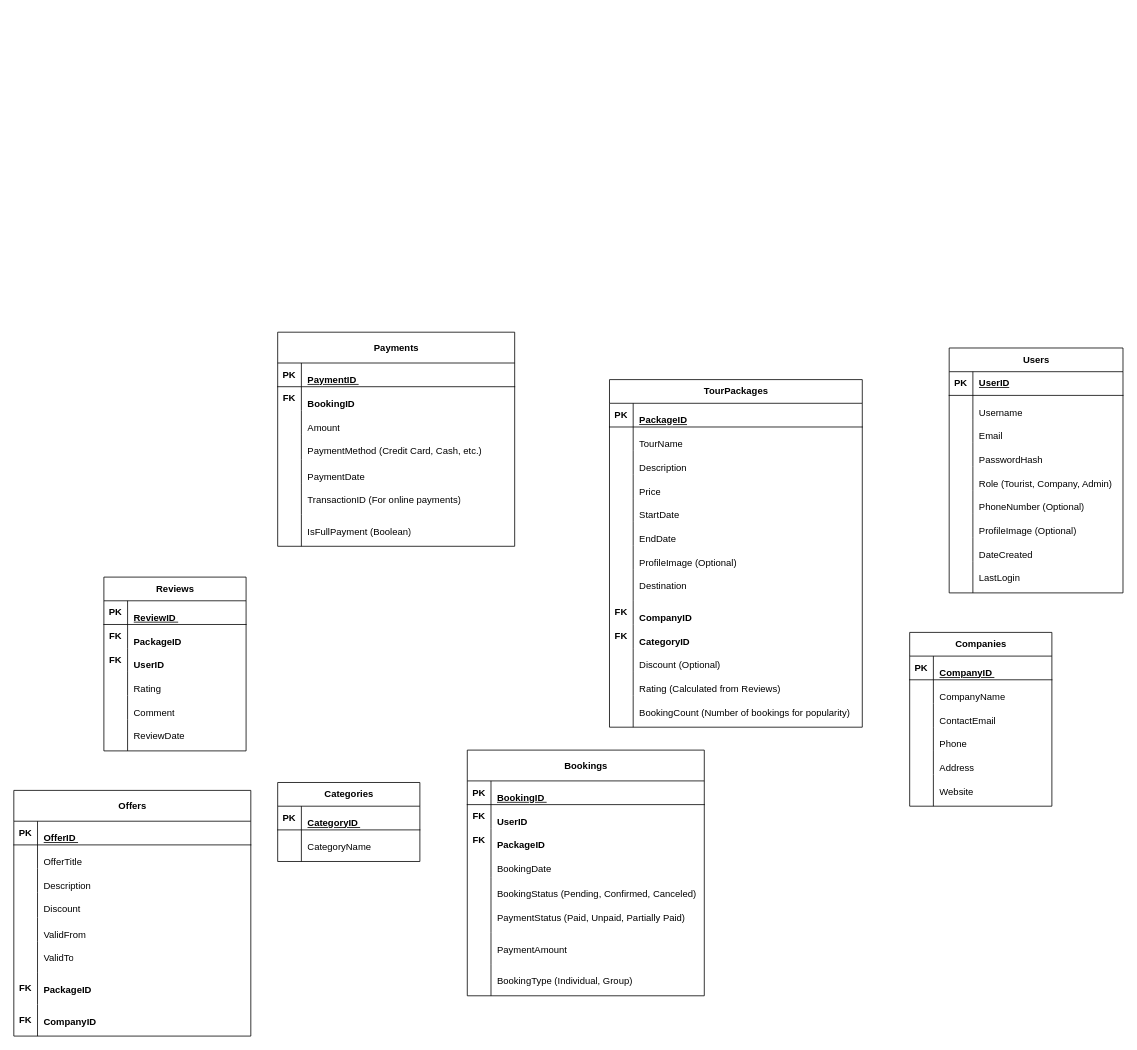
The draw.io diagram JoStay Rschema.drawio in aminjaiuossi/JoStay-Project, before the edit. Source tidied: cells renumbered, new cells numbered last; positions are measured from the earlier drawing's top-left corner, leaving out a move shared by most shapes. Both pictures are drawn from the tidied source at 79%, with x=0, y=0 at pixel (13, 332).
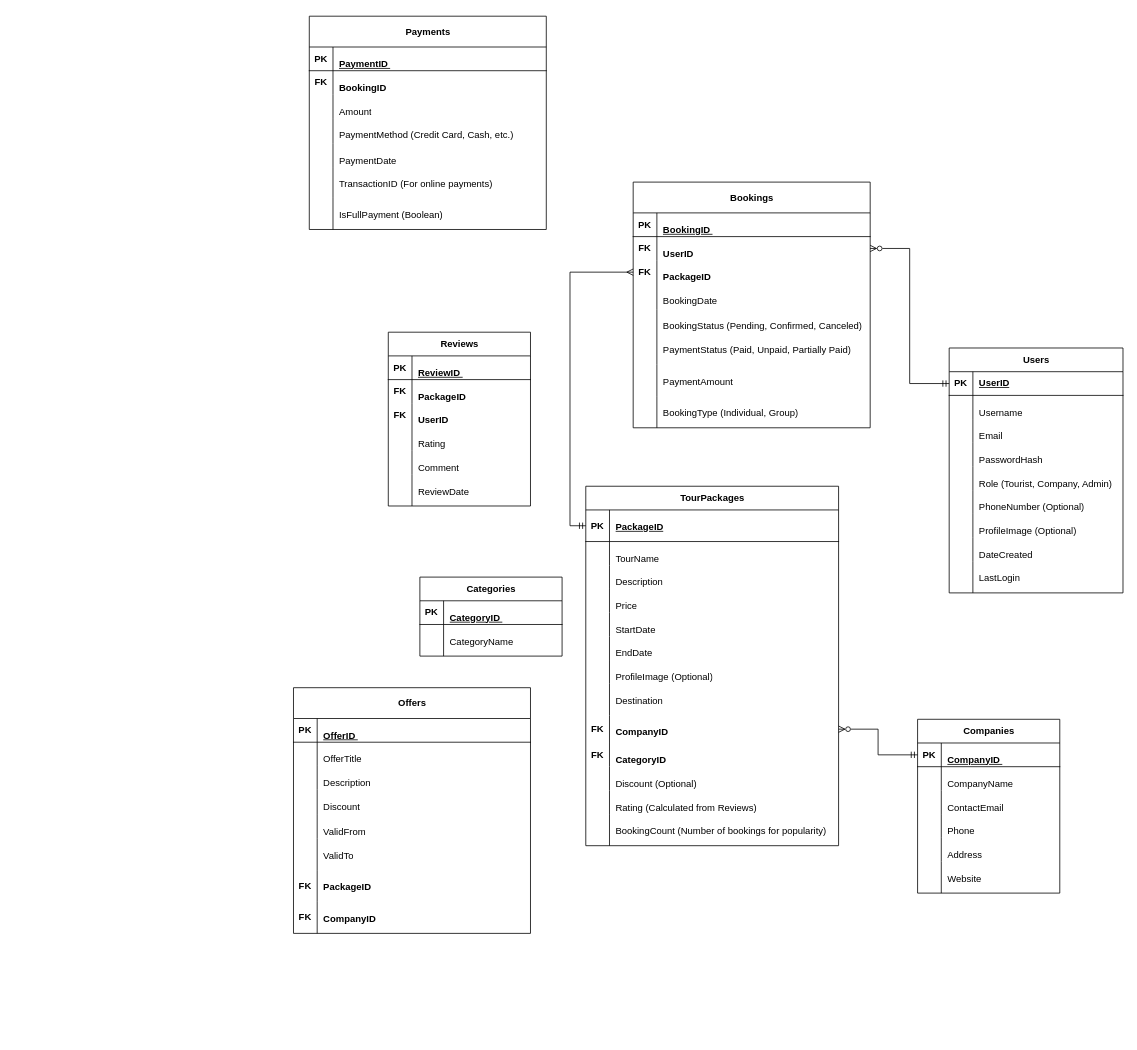
The same diagram, later.

The change refers to these unchanged cells:
```xml
<mxCell id="3" style="shape=tableRow;horizontal=0;startSize=0;swimlaneHead=0;swimlaneBody=0;fillColor=none;points=[[0,0.5],[1,0.5]];portConstraint=eastwest;top=0;left=0;right=0;bottom=1;" parent="2" vertex="1">
  <mxGeometry y="30" width="220" height="30" as="geometry" />
</mxCell>
<mxCell id="78" style="shape=tableRow;horizontal=0;startSize=0;swimlaneHead=0;swimlaneBody=0;fillColor=none;points=[[0,0.5],[1,0.5]];portConstraint=eastwest;top=0;left=0;right=0;bottom=1;" parent="77" vertex="1">
  <mxGeometry y="30" width="180" height="30" as="geometry" />
</mxCell>
<mxCell id="100" style="shape=tableRow;horizontal=0;startSize=0;swimlaneHead=0;swimlaneBody=0;fillColor=none;points=[[0,0.5],[1,0.5]];portConstraint=eastwest;top=0;left=0;right=0;bottom=0;" parent="96" vertex="1">
  <mxGeometry y="69" width="300" height="30" as="geometry" />
</mxCell>
<mxCell id="103" style="shape=tableRow;horizontal=0;startSize=0;swimlaneHead=0;swimlaneBody=0;fillColor=none;points=[[0,0.5],[1,0.5]];portConstraint=eastwest;top=0;left=0;right=0;bottom=0;" parent="96" vertex="1">
  <mxGeometry y="99" width="300" height="30" as="geometry" />
</mxCell>
```

Diff of the diagram source:
```diff
@@
     <mxCell id="30" value="&lt;h4&gt;&lt;strong&gt;TourPackages&lt;/strong&gt;&lt;/h4&gt;" style="shape=table;startSize=30;childLayout=tableLayout;rowLines=0;fontStyle=1;align=center;html=1;" parent="1" vertex="1">
-      <mxGeometry x="754" y="60" width="320" height="440" as="geometry" />
+      <mxGeometry x="724" y="195" width="320" height="455" as="geometry" />
     </mxCell>
     <mxCell id="31" style="shape=tableRow;horizontal=0;startSize=0;swimlaneHead=0;swimlaneBody=0;fillColor=none;points=[[0,0.5],[1,0.5]];portConstraint=eastwest;top=0;left=0;right=0;bottom=1;" parent="30" vertex="1">
-      <mxGeometry y="30" width="320" height="30" as="geometry" />
+      <mxGeometry y="30" width="320" height="40" as="geometry" />
     </mxCell>
     <mxCell id="32" value="PK" style="shape=partialRectangle;fillColor=none;top=0;left=0;bottom=0;right=0;fontStyle=1;overflow=hidden;whiteSpace=wrap;html=1;" parent="31" vertex="1">
-      <mxGeometry width="30" height="30" as="geometry" />
+      <mxGeometry width="30" height="40" as="geometry" />
     </mxCell>
     <mxCell id="33" value="&lt;p&gt;PackageID&lt;/p&gt;" style="shape=partialRectangle;fillColor=none;top=0;left=0;bottom=0;right=0;align=left;spacingLeft=6;fontStyle=5;overflow=hidden;whiteSpace=wrap;html=1;" parent="31" vertex="1">
-      <mxGeometry x="30" width="290" height="30" as="geometry" />
+      <mxGeometry x="30" width="290" height="40" as="geometry" />
     </mxCell>
     <mxCell id="34" style="shape=tableRow;horizontal=0;startSize=0;swimlaneHead=0;swimlaneBody=0;fillColor=none;top=0;left=0;right=0;bottom=0;" parent="30" vertex="1">
-      <mxGeometry y="60" width="320" height="30" as="geometry" />
+      <mxGeometry y="70" width="320" height="30" as="geometry" />
     </mxCell>
@@
     <mxCell id="37" style="shape=tableRow;horizontal=0;startSize=0;swimlaneHead=0;swimlaneBody=0;fillColor=none;top=0;left=0;right=0;bottom=0;" parent="30" vertex="1">
-      <mxGeometry y="90" width="320" height="30" as="geometry" />
+      <mxGeometry y="100" width="320" height="30" as="geometry" />
     </mxCell>
@@
     <mxCell id="40" style="shape=tableRow;horizontal=0;startSize=0;swimlaneHead=0;swimlaneBody=0;fillColor=none;top=0;left=0;right=0;bottom=0;" parent="30" vertex="1">
-      <mxGeometry y="120" width="320" height="30" as="geometry" />
+      <mxGeometry y="130" width="320" height="30" as="geometry" />
     </mxCell>
@@
     <mxCell id="43" style="shape=tableRow;horizontal=0;startSize=0;swimlaneHead=0;swimlaneBody=0;fillColor=none;top=0;left=0;right=0;bottom=0;" parent="30" vertex="1">
-      <mxGeometry y="150" width="320" height="30" as="geometry" />
+      <mxGeometry y="160" width="320" height="30" as="geometry" />
     </mxCell>
@@
     <mxCell id="46" style="shape=tableRow;horizontal=0;startSize=0;swimlaneHead=0;swimlaneBody=0;fillColor=none;top=0;left=0;right=0;bottom=0;" parent="30" vertex="1">
-      <mxGeometry y="180" width="320" height="30" as="geometry" />
+      <mxGeometry y="190" width="320" height="30" as="geometry" />
     </mxCell>
@@
     <mxCell id="49" style="shape=tableRow;horizontal=0;startSize=0;swimlaneHead=0;swimlaneBody=0;fillColor=none;top=0;left=0;right=0;bottom=0;" parent="30" vertex="1">
-      <mxGeometry y="210" width="320" height="30" as="geometry" />
+      <mxGeometry y="220" width="320" height="30" as="geometry" />
     </mxCell>
@@
     <mxCell id="52" style="shape=tableRow;horizontal=0;startSize=0;swimlaneHead=0;swimlaneBody=0;fillColor=none;top=0;left=0;right=0;bottom=0;" parent="30" vertex="1">
-      <mxGeometry y="240" width="320" height="40" as="geometry" />
+      <mxGeometry y="250" width="320" height="40" as="geometry" />
     </mxCell>
@@
     <mxCell id="55" style="shape=tableRow;horizontal=0;startSize=0;swimlaneHead=0;swimlaneBody=0;fillColor=none;points=[[0,0.5],[1,0.5]];portConstraint=eastwest;top=0;left=0;right=0;bottom=0;fontStyle=1;" parent="30" vertex="1">
-      <mxGeometry y="280" width="320" height="30" as="geometry" />
+      <mxGeometry y="290" width="320" height="35" as="geometry" />
     </mxCell>
     <mxCell id="56" value="FK" style="shape=partialRectangle;fillColor=none;top=0;left=0;bottom=0;right=0;overflow=hidden;whiteSpace=wrap;html=1;fontStyle=1;" parent="55" vertex="1">
-      <mxGeometry width="30" height="30" as="geometry" />
+      <mxGeometry width="30" height="35" as="geometry" />
     </mxCell>
     <mxCell id="57" value="&lt;p&gt;CompanyID&amp;nbsp;&lt;/p&gt;" style="shape=partialRectangle;fillColor=none;top=0;left=0;bottom=0;right=0;align=left;spacingLeft=6;overflow=hidden;whiteSpace=wrap;html=1;fontStyle=1;" parent="55" vertex="1">
-      <mxGeometry x="30" width="290" height="30" as="geometry" />
+      <mxGeometry x="30" width="290" height="35" as="geometry" />
     </mxCell>
     <mxCell id="58" style="shape=tableRow;horizontal=0;startSize=0;swimlaneHead=0;swimlaneBody=0;fillColor=none;top=0;left=0;right=0;bottom=0;" parent="30" vertex="1">
-      <mxGeometry y="310" width="320" height="30" as="geometry" />
+      <mxGeometry y="325" width="320" height="30" as="geometry" />
     </mxCell>
@@
     <mxCell id="61" style="shape=tableRow;horizontal=0;startSize=0;swimlaneHead=0;swimlaneBody=0;fillColor=none;top=0;left=0;right=0;bottom=0;" parent="30" vertex="1">
-      <mxGeometry y="340" width="320" height="30" as="geometry" />
+      <mxGeometry y="355" width="320" height="30" as="geometry" />
     </mxCell>
@@
     <mxCell id="64" style="shape=tableRow;horizontal=0;startSize=0;swimlaneHead=0;swimlaneBody=0;fillColor=none;top=0;left=0;right=0;bottom=0;" parent="30" vertex="1">
-      <mxGeometry y="370" width="320" height="30" as="geometry" />
+      <mxGeometry y="385" width="320" height="30" as="geometry" />
     </mxCell>
@@
     <mxCell id="67" style="shape=tableRow;horizontal=0;startSize=0;swimlaneHead=0;swimlaneBody=0;fillColor=none;top=0;left=0;right=0;bottom=0;" parent="30" vertex="1">
-      <mxGeometry y="400" width="320" height="40" as="geometry" />
+      <mxGeometry y="415" width="320" height="40" as="geometry" />
     </mxCell>
@@
     <mxCell id="70" value="&lt;h4&gt;&lt;strong&gt;Categories&lt;/strong&gt;&lt;/h4&gt;" style="shape=table;startSize=30;childLayout=tableLayout;rowLines=0;fontStyle=1;align=center;html=1;" parent="1" vertex="1">
-      <mxGeometry x="334" y="570" width="180" height="100" as="geometry" />
+      <mxGeometry x="514" y="310" width="180" height="100" as="geometry" />
     </mxCell>
@@
     <mxCell id="77" value="&lt;h4&gt;&lt;strong&gt;Companies&lt;/strong&gt;&lt;/h4&gt;" style="shape=table;startSize=30;childLayout=tableLayout;rowLines=0;fontStyle=1;align=center;html=1;" parent="1" vertex="1">
-      <mxGeometry x="1134" y="380" width="180" height="220" as="geometry" />
+      <mxGeometry x="1144" y="490" width="180" height="220" as="geometry" />
     </mxCell>
@@
     <mxCell id="96" value="&lt;h4&gt;&lt;strong&gt;Bookings&lt;/strong&gt;&lt;/h4&gt;" style="shape=table;startSize=39;childLayout=tableLayout;rowLines=0;fontStyle=1;align=center;html=1;" parent="1" vertex="1">
-      <mxGeometry x="574" y="529" width="300" height="311" as="geometry" />
+      <mxGeometry x="784" y="-190" width="300" height="311" as="geometry" />
     </mxCell>
@@
     <mxCell id="121" value="&lt;h4&gt;&lt;strong&gt;Payments&lt;/strong&gt;&lt;/h4&gt;" style="shape=table;startSize=39;childLayout=tableLayout;rowLines=0;fontStyle=1;align=center;html=1;" parent="1" vertex="1">
-      <mxGeometry x="334" width="300" height="271" as="geometry" />
+      <mxGeometry x="374" y="-400" width="300" height="270" as="geometry" />
     </mxCell>
@@
     <mxCell id="137" style="shape=tableRow;horizontal=0;startSize=0;swimlaneHead=0;swimlaneBody=0;fillColor=none;top=0;left=0;right=0;bottom=0;" parent="121" vertex="1">
-      <mxGeometry y="191" width="300" height="40" as="geometry" />
+      <mxGeometry y="191" width="300" height="39" as="geometry" />
     </mxCell>
     <mxCell id="138" style="shape=partialRectangle;fillColor=none;top=0;left=0;bottom=0;right=0;overflow=hidden;whiteSpace=wrap;html=1;" parent="137" vertex="1">
-      <mxGeometry width="30" height="40" as="geometry" />
+      <mxGeometry width="30" height="39" as="geometry" />
     </mxCell>
     <mxCell id="139" value="&lt;p&gt;TransactionID (For online payments)&lt;/p&gt;" style="shape=partialRectangle;fillColor=none;top=0;left=0;bottom=0;right=0;align=left;spacingLeft=6;overflow=hidden;whiteSpace=wrap;html=1;" parent="137" vertex="1">
-      <mxGeometry x="30" width="270" height="40" as="geometry" />
+      <mxGeometry x="30" width="270" height="39" as="geometry" />
     </mxCell>
     <mxCell id="140" style="shape=tableRow;horizontal=0;startSize=0;swimlaneHead=0;swimlaneBody=0;fillColor=none;top=0;left=0;right=0;bottom=0;" parent="121" vertex="1">
-      <mxGeometry y="231" width="300" height="40" as="geometry" />
+      <mxGeometry y="230" width="300" height="40" as="geometry" />
     </mxCell>
@@
     <mxCell id="143" value="&lt;h4&gt;&lt;strong&gt;Reviews&lt;/strong&gt;&lt;/h4&gt;" style="shape=table;startSize=30;childLayout=tableLayout;rowLines=0;fontStyle=1;align=center;html=1;" parent="1" vertex="1">
-      <mxGeometry x="114" y="310" width="180" height="220" as="geometry" />
+      <mxGeometry x="474" width="180" height="220" as="geometry" />
     </mxCell>
@@
     <mxCell id="162" value="&lt;h4&gt;&lt;strong&gt;Offers&lt;/strong&gt;&lt;/h4&gt;" style="shape=table;startSize=39;childLayout=tableLayout;rowLines=0;fontStyle=1;align=center;html=1;" parent="1" vertex="1">
-      <mxGeometry y="580" width="300" height="311" as="geometry" />
+      <mxGeometry x="354" y="450" width="300" height="311" as="geometry" />
     </mxCell>
@@
+    <mxCell id="187" style="edgeStyle=orthogonalEdgeStyle;rounded=0;jettySize=auto;html=1;exitX=0;exitY=0.5;exitDx=0;exitDy=0;startArrow=ERmandOne;startFill=0;endArrow=ERzeroToMany;endFill=0;" parent="1" edge="1" source="3" target="100">
+      <mxGeometry relative="1" as="geometry" />
+    </mxCell>
+    <mxCell id="188" style="edgeStyle=orthogonalEdgeStyle;rounded=0;jettySize=auto;html=1;exitX=0;exitY=0.5;exitDx=0;exitDy=0;startArrow=ERmandOne;startFill=0;endArrow=ERzeroToMany;endFill=0;" parent="1" edge="1" source="78" target="55">
+      <mxGeometry relative="1" as="geometry" />
+    </mxCell>
+    <mxCell id="189" style="edgeStyle=orthogonalEdgeStyle;rounded=0;jettySize=auto;html=1;entryX=0;entryY=0.5;entryDx=0;entryDy=0;startArrow=ERmany;startFill=0;endArrow=ERmandOne;endFill=0;" parent="1" edge="1" source="103" target="31">
+      <mxGeometry relative="1" as="geometry" />
+    </mxCell>
```
